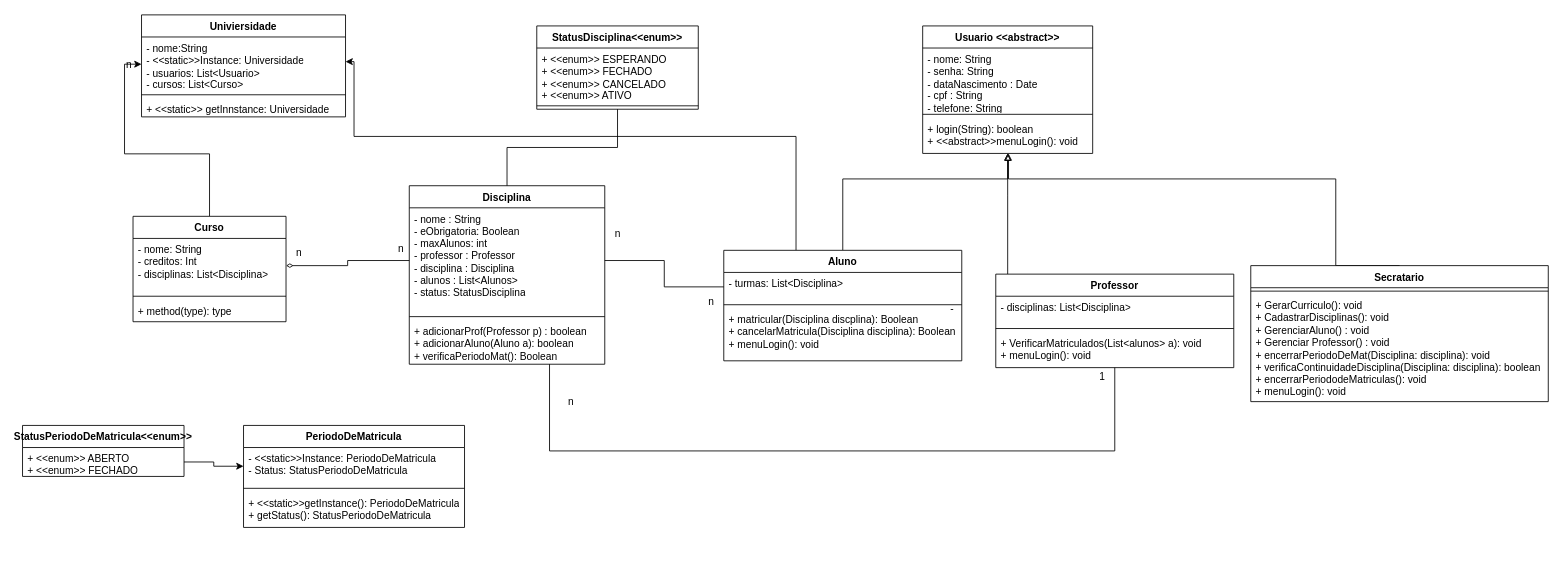
Before: projeto/diagramas/DiagramaDeClasses.drawio in LDS-G5/Projeto-1, a draw.io diagram. Source tidied: cells renumbered, new cells numbered last; positions are measured from the earlier drawing's top-left corner, leaving out a move shared by most shapes. Both pictures are drawn from the tidied source at 85%, with x=0, y=0 at pixel (22, 14).
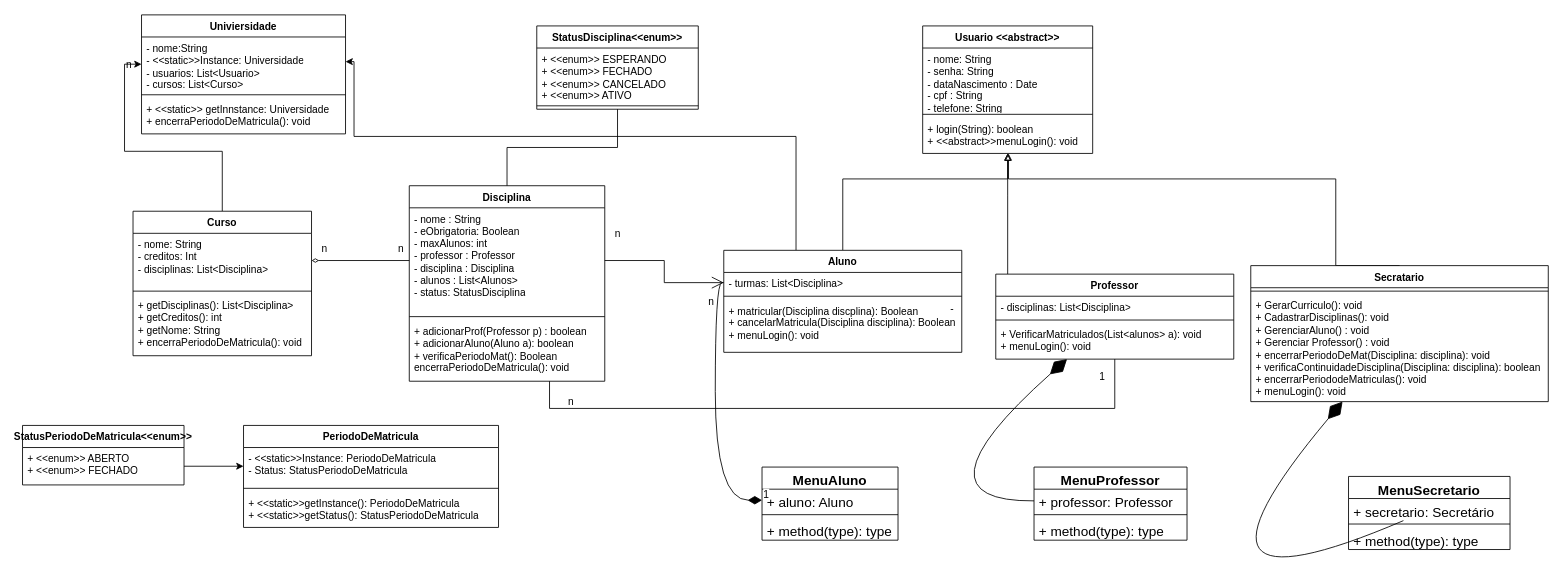
Above is the later version.

Commit message:
atualizado diagrama

The change refers to these unchanged cells:
```xml
<mxCell id="8" value="Secratario" style="swimlane;fontStyle=1;align=center;verticalAlign=top;horizontal=1;startSize=26;whiteSpace=wrap;html=1;" parent="1" vertex="1">
  <mxGeometry x="1445" y="295" width="350" height="160" as="geometry" />
</mxCell>
```

The edit, as a diff of the source:
```diff
@@
     <mxCell id="2" value="Disciplina" style="swimlane;fontStyle=1;align=center;verticalAlign=top;horizontal=1;startSize=26;whiteSpace=wrap;html=1;" parent="1" vertex="1">
-      <mxGeometry x="455" y="201" width="230" height="210" as="geometry" />
+      <mxGeometry x="455" y="201" width="230" height="230" as="geometry" />
     </mxCell>
@@
-    <mxCell id="5" value="+ adicionarProf(Professor p) : boolean&lt;br&gt;+ adicionarAluno(Aluno a): boolean&lt;br&gt;+ verificaPeriodoMat(): Boolean" style="text;strokeColor=none;fillColor=none;align=left;verticalAlign=top;spacingLeft=4;spacingRight=4;overflow=hidden;points=[[0,0.5],[1,0.5]];portConstraint=eastwest;whiteSpace=wrap;html=1;" parent="2" vertex="1">
-      <mxGeometry y="158" width="230" height="52" as="geometry" />
+    <mxCell id="5" value="+ adicionarProf(Professor p) : boolean&lt;br&gt;+ adicionarAluno(Aluno a): boolean&lt;br&gt;+ verificaPeriodoMat(): Boolean&lt;br&gt;encerraPeriodoDeMatricula(): void" style="text;strokeColor=none;fillColor=none;align=left;verticalAlign=top;spacingLeft=4;spacingRight=4;overflow=hidden;points=[[0,0.5],[1,0.5]];portConstraint=eastwest;whiteSpace=wrap;html=1;" parent="2" vertex="1">
+      <mxGeometry y="158" width="230" height="72" as="geometry" />
     </mxCell>
@@
     <mxCell id="20" style="edgeStyle=orthogonalEdgeStyle;rounded=0;jettySize=auto;html=1;endArrow=none;endFill=0;" parent="1" edge="1" source="21" target="5">
       <mxGeometry relative="1" as="geometry">
         <Array as="points">
-          <mxPoint x="1285" y="513" />
-          <mxPoint x="620" y="513" />
+          <mxPoint x="1285" y="463" />
+          <mxPoint x="620" y="463" />
         </Array>
       </mxGeometry>
     </mxCell>
     <mxCell id="21" value="Professor" style="swimlane;fontStyle=1;align=center;verticalAlign=top;horizontal=1;startSize=26;whiteSpace=wrap;html=1;" parent="1" vertex="1">
-      <mxGeometry x="1145" y="305" width="280" height="110" as="geometry" />
+      <mxGeometry x="1145" y="305" width="280" height="100" as="geometry" />
     </mxCell>
     <mxCell id="22" value="- disciplinas: List&amp;lt;Disciplina&amp;gt;" style="text;strokeColor=none;fillColor=none;align=left;verticalAlign=top;spacingLeft=4;spacingRight=4;overflow=hidden;whiteSpace=wrap;html=1;" parent="21" vertex="1">
-      <mxGeometry y="26" width="280" height="34" as="geometry" />
+      <mxGeometry y="26" width="280" height="24" as="geometry" />
     </mxCell>
     <mxCell id="23" style="line;strokeWidth=1;fillColor=none;align=left;verticalAlign=middle;spacingTop=-1;spacingLeft=3;spacingRight=3;labelPosition=right;strokeColor=inherit;" parent="21" vertex="1">
-      <mxGeometry y="60" width="280" height="8" as="geometry" />
+      <mxGeometry y="50" width="280" height="8" as="geometry" />
     </mxCell>
     <mxCell id="24" value="+ VerificarMatriculados(List&amp;lt;alunos&amp;gt; a): void&lt;br&gt;+ menuLogin(): void" style="text;strokeColor=none;fillColor=none;align=left;verticalAlign=top;spacingLeft=4;spacingRight=4;overflow=hidden;whiteSpace=wrap;html=1;" parent="21" vertex="1">
-      <mxGeometry y="68" width="280" height="42" as="geometry" />
+      <mxGeometry y="58" width="280" height="42" as="geometry" />
     </mxCell>
@@
     <mxCell id="27" value="Aluno" style="swimlane;fontStyle=1;align=center;verticalAlign=top;horizontal=1;startSize=26;whiteSpace=wrap;html=1;" parent="1" vertex="1">
-      <mxGeometry x="825" y="277" width="280" height="130" as="geometry" />
+      <mxGeometry x="825" y="277" width="280" height="120" as="geometry" />
     </mxCell>
     <mxCell id="28" value="- turmas: List&amp;lt;Disciplina&amp;gt;" style="text;strokeColor=none;fillColor=none;align=left;verticalAlign=top;spacingLeft=4;spacingRight=4;overflow=hidden;points=[[0,0.5],[1,0.5]];portConstraint=eastwest;whiteSpace=wrap;html=1;" parent="27" vertex="1">
-      <mxGeometry y="26" width="280" height="34" as="geometry" />
+      <mxGeometry y="26" width="280" height="24" as="geometry" />
     </mxCell>
     <mxCell id="29" style="line;strokeWidth=1;fillColor=none;align=left;verticalAlign=middle;spacingTop=-1;spacingLeft=3;spacingRight=3;labelPosition=right;strokeColor=inherit;" parent="27" vertex="1">
-      <mxGeometry y="60" width="280" height="8" as="geometry" />
+      <mxGeometry y="50" width="280" height="8" as="geometry" />
     </mxCell>
     <mxCell id="30" value="+ matricular(Disciplina discplina): Boolean&lt;br&gt;+ cancelarMatricula(Disciplina disciplina): Boolean&lt;br&gt;+ menuLogin(): void" style="text;strokeColor=none;fillColor=none;align=left;verticalAlign=top;spacingLeft=4;spacingRight=4;overflow=hidden;whiteSpace=wrap;html=1;" parent="27" vertex="1">
-      <mxGeometry y="68" width="280" height="62" as="geometry" />
+      <mxGeometry y="58" width="280" height="62" as="geometry" />
     </mxCell>
@@
     <mxCell id="32" value="n" style="text;html=1;align=center;verticalAlign=middle;strokeColor=none;fillColor=none;" parent="1" vertex="1">
-      <mxGeometry x="310" y="265" width="30" height="30" as="geometry" />
+      <mxGeometry x="340" y="261" width="30" height="30" as="geometry" />
     </mxCell>
@@
     <mxCell id="40" value="StatusPeriodoDeMatricula&amp;lt;&amp;lt;enum&amp;gt;&amp;gt;" style="swimlane;fontStyle=1;align=center;verticalAlign=top;horizontal=1;startSize=26;whiteSpace=wrap;html=1;" parent="1" vertex="1">
-      <mxGeometry y="483" width="190" height="60" as="geometry" />
+      <mxGeometry y="483" width="190" height="70" as="geometry" />
     </mxCell>
     <mxCell id="41" value="+ &amp;lt;&amp;lt;enum&amp;gt;&amp;gt; ABERTO&lt;br&gt;+ &amp;lt;&amp;lt;enum&amp;gt;&amp;gt; FECHADO&lt;br&gt;" style="text;strokeColor=none;fillColor=none;align=left;verticalAlign=top;spacingLeft=4;spacingRight=4;overflow=hidden;points=[[0,0.5],[1,0.5]];portConstraint=eastwest;whiteSpace=wrap;html=1;" parent="40" vertex="1">
-      <mxGeometry y="26" width="190" height="34" as="geometry" />
+      <mxGeometry y="26" width="190" height="44" as="geometry" />
     </mxCell>
     <mxCell id="42" value="PeriodoDeMatricula" style="swimlane;fontStyle=1;align=center;verticalAlign=top;horizontal=1;startSize=26;whiteSpace=wrap;html=1;" parent="1" vertex="1">
-      <mxGeometry x="260" y="483" width="260" height="120" as="geometry" />
+      <mxGeometry x="260" y="483" width="300" height="120" as="geometry" />
     </mxCell>
     <mxCell id="43" value="- &amp;lt;&amp;lt;static&amp;gt;&amp;gt;Instance: PeriodoDeMatricula&lt;br&gt;- Status: StatusPeriodoDeMatricula" style="text;strokeColor=none;fillColor=none;align=left;verticalAlign=top;spacingLeft=4;spacingRight=4;overflow=hidden;points=[[0,0.5],[1,0.5]];portConstraint=eastwest;whiteSpace=wrap;html=1;" parent="42" vertex="1">
-      <mxGeometry y="26" width="260" height="44" as="geometry" />
+      <mxGeometry y="26" width="300" height="44" as="geometry" />
     </mxCell>
     <mxCell id="44" style="line;strokeWidth=1;fillColor=none;align=left;verticalAlign=middle;spacingTop=-1;spacingLeft=3;spacingRight=3;labelPosition=right;strokeColor=inherit;" parent="42" vertex="1">
-      <mxGeometry y="70" width="260" height="8" as="geometry" />
+      <mxGeometry y="70" width="300" height="8" as="geometry" />
     </mxCell>
-    <mxCell id="45" value="+ &amp;lt;&amp;lt;static&amp;gt;&amp;gt;getInstance(): PeriodoDeMatricula&lt;br&gt;+ getStatus(): StatusPeriodoDeMatricula" style="text;strokeColor=none;fillColor=none;align=left;verticalAlign=top;spacingLeft=4;spacingRight=4;overflow=hidden;whiteSpace=wrap;html=1;" parent="42" vertex="1">
-      <mxGeometry y="78" width="260" height="42" as="geometry" />
+    <mxCell id="45" value="+ &amp;lt;&amp;lt;static&amp;gt;&amp;gt;getInstance(): PeriodoDeMatricula&lt;br&gt;+ &amp;lt;&amp;lt;static&amp;gt;&amp;gt;getStatus(): StatusPeriodoDeMatricula" style="text;strokeColor=none;fillColor=none;align=left;verticalAlign=top;spacingLeft=4;spacingRight=4;overflow=hidden;whiteSpace=wrap;html=1;" parent="42" vertex="1">
+      <mxGeometry y="78" width="300" height="42" as="geometry" />
     </mxCell>
@@
     <mxCell id="47" value="Univiersidade" style="swimlane;fontStyle=1;align=center;verticalAlign=top;horizontal=1;startSize=26;whiteSpace=wrap;html=1;" parent="1" vertex="1">
-      <mxGeometry x="140" width="240" height="120" as="geometry" />
+      <mxGeometry x="140" width="240" height="140" as="geometry" />
     </mxCell>
@@
-    <mxCell id="50" value="+ &amp;lt;&amp;lt;static&amp;gt;&amp;gt; getInnstance: Universidade" style="text;strokeColor=none;fillColor=none;align=left;verticalAlign=top;spacingLeft=4;spacingRight=4;overflow=hidden;whiteSpace=wrap;html=1;" parent="47" vertex="1">
-      <mxGeometry y="98" width="240" height="22" as="geometry" />
+    <mxCell id="50" value="+ &amp;lt;&amp;lt;static&amp;gt;&amp;gt; getInnstance: Universidade&lt;br&gt;+ encerraPeriodoDeMatricula(): void" style="text;strokeColor=none;fillColor=none;align=left;verticalAlign=top;spacingLeft=4;spacingRight=4;overflow=hidden;whiteSpace=wrap;html=1;" parent="47" vertex="1">
+      <mxGeometry y="98" width="240" height="42" as="geometry" />
     </mxCell>
@@
     <mxCell id="52" value="Curso" style="swimlane;fontStyle=1;align=center;verticalAlign=top;horizontal=1;startSize=26;whiteSpace=wrap;html=1;" parent="1" vertex="1">
-      <mxGeometry x="130" y="237" width="180" height="124" as="geometry" />
+      <mxGeometry x="130" y="231" width="210" height="170" as="geometry" />
     </mxCell>
     <mxCell id="53" value="- nome: String&lt;br&gt;- creditos: Int&lt;br&gt;- disciplinas: List&amp;lt;Disciplina&amp;gt;" style="text;strokeColor=none;fillColor=none;align=left;verticalAlign=top;spacingLeft=4;spacingRight=4;overflow=hidden;points=[[0,0.5],[1,0.5]];portConstraint=eastwest;whiteSpace=wrap;html=1;" parent="52" vertex="1">
-      <mxGeometry y="26" width="180" height="64" as="geometry" />
+      <mxGeometry y="26" width="210" height="64" as="geometry" />
     </mxCell>
     <mxCell id="54" style="line;strokeWidth=1;fillColor=none;align=left;verticalAlign=middle;spacingTop=-1;spacingLeft=3;spacingRight=3;labelPosition=right;strokeColor=inherit;" parent="52" vertex="1">
-      <mxGeometry y="90" width="180" height="8" as="geometry" />
+      <mxGeometry y="90" width="210" height="8" as="geometry" />
     </mxCell>
-    <mxCell id="55" value="+ method(type): type" style="text;strokeColor=none;fillColor=none;align=left;verticalAlign=top;spacingLeft=4;spacingRight=4;overflow=hidden;whiteSpace=wrap;html=1;" parent="52" vertex="1">
-      <mxGeometry y="98" width="180" height="26" as="geometry" />
+    <mxCell id="55" value="+ getDisciplinas(): List&amp;lt;Disciplina&amp;gt;&lt;br&gt;+ getCreditos(): int&lt;br&gt;+ getNome: String&lt;br&gt;+ encerraPeriodoDeMatricula(): void" style="text;strokeColor=none;fillColor=none;align=left;verticalAlign=top;spacingLeft=4;spacingRight=4;overflow=hidden;whiteSpace=wrap;html=1;" parent="52" vertex="1">
+      <mxGeometry y="98" width="210" height="72" as="geometry" />
     </mxCell>
+    <mxCell id="56" value="MenuAluno" style="swimlane;fontStyle=1;align=center;verticalAlign=top;horizontal=1;startSize=26;whiteSpace=wrap;html=1;fontSize=16;" parent="1" vertex="1">
+      <mxGeometry x="870" y="532" width="160" height="86" as="geometry" />
+    </mxCell>
+    <mxCell id="57" value="+ aluno: Aluno" style="text;strokeColor=none;fillColor=none;align=left;verticalAlign=top;spacingLeft=4;spacingRight=4;overflow=hidden;points=[[0,0.5],[1,0.5]];portConstraint=eastwest;whiteSpace=wrap;html=1;fontSize=16;" parent="56" vertex="1">
+      <mxGeometry y="26" width="160" height="26" as="geometry" />
+    </mxCell>
+    <mxCell id="58" style="line;strokeWidth=1;fillColor=none;align=left;verticalAlign=middle;spacingTop=-1;spacingLeft=3;spacingRight=3;labelPosition=right;strokeColor=inherit;fontSize=16;" parent="56" vertex="1">
+      <mxGeometry y="52" width="160" height="8" as="geometry" />
+    </mxCell>
+    <mxCell id="59" value="+ method(type): type" style="text;strokeColor=none;fillColor=none;align=left;verticalAlign=top;spacingLeft=4;spacingRight=4;overflow=hidden;whiteSpace=wrap;html=1;fontSize=16;" parent="56" vertex="1">
+      <mxGeometry y="60" width="160" height="26" as="geometry" />
+    </mxCell>
+    <mxCell id="60" value="MenuSecretario" style="swimlane;fontStyle=1;align=center;verticalAlign=top;horizontal=1;startSize=26;whiteSpace=wrap;html=1;fontSize=16;" parent="1" vertex="1">
+      <mxGeometry x="1560" y="543" width="190" height="86" as="geometry" />
+    </mxCell>
+    <mxCell id="61" value="+ secretario: Secretário" style="text;strokeColor=none;fillColor=none;align=left;verticalAlign=top;spacingLeft=4;spacingRight=4;overflow=hidden;points=[[0,0.5],[1,0.5]];portConstraint=eastwest;whiteSpace=wrap;html=1;fontSize=16;" parent="60" vertex="1">
+      <mxGeometry y="26" width="190" height="26" as="geometry" />
+    </mxCell>
+    <mxCell id="62" style="line;strokeWidth=1;fillColor=none;align=left;verticalAlign=middle;spacingTop=-1;spacingLeft=3;spacingRight=3;labelPosition=right;strokeColor=inherit;fontSize=16;" parent="60" vertex="1">
+      <mxGeometry y="52" width="190" height="8" as="geometry" />
+    </mxCell>
+    <mxCell id="63" value="+ method(type): type" style="text;strokeColor=none;fillColor=none;align=left;verticalAlign=top;spacingLeft=4;spacingRight=4;overflow=hidden;whiteSpace=wrap;html=1;fontSize=16;" parent="60" vertex="1">
+      <mxGeometry y="60" width="190" height="26" as="geometry" />
+    </mxCell>
+    <mxCell id="64" value="MenuProfessor" style="swimlane;fontStyle=1;align=center;verticalAlign=top;horizontal=1;startSize=26;whiteSpace=wrap;html=1;fontSize=16;" parent="1" vertex="1">
+      <mxGeometry x="1190" y="532" width="180" height="86" as="geometry" />
+    </mxCell>
+    <mxCell id="65" value="+ professor: Professor" style="text;strokeColor=none;fillColor=none;align=left;verticalAlign=top;spacingLeft=4;spacingRight=4;overflow=hidden;points=[[0,0.5],[1,0.5]];portConstraint=eastwest;whiteSpace=wrap;html=1;fontSize=16;" parent="64" vertex="1">
+      <mxGeometry y="26" width="180" height="26" as="geometry" />
+    </mxCell>
+    <mxCell id="66" style="line;strokeWidth=1;fillColor=none;align=left;verticalAlign=middle;spacingTop=-1;spacingLeft=3;spacingRight=3;labelPosition=right;strokeColor=inherit;fontSize=16;" parent="64" vertex="1">
+      <mxGeometry y="52" width="180" height="8" as="geometry" />
+    </mxCell>
+    <mxCell id="67" value="+ method(type): type" style="text;strokeColor=none;fillColor=none;align=left;verticalAlign=top;spacingLeft=4;spacingRight=4;overflow=hidden;whiteSpace=wrap;html=1;fontSize=16;" parent="64" vertex="1">
+      <mxGeometry y="60" width="180" height="26" as="geometry" />
+    </mxCell>
+    <mxCell id="68" value="1" style="endArrow=open;html=1;endSize=12;startArrow=diamondThin;startSize=14;startFill=1;edgeStyle=orthogonalEdgeStyle;align=left;verticalAlign=bottom;rounded=0;fontSize=12;curved=1;" parent="1" edge="1" source="57" target="28">
+      <mxGeometry x="-1" y="3" relative="1" as="geometry">
+        <Array as="points">
+          <mxPoint x="815" y="571" />
+          <mxPoint x="815" y="315" />
+        </Array>
+      </mxGeometry>
+    </mxCell>
+    <mxCell id="69" style="endArrow=diamondThin;endFill=1;endSize=24;html=1;rounded=0;fontSize=12;curved=1;" parent="1" edge="1" source="65" target="21">
+      <mxGeometry relative="1" as="geometry">
+        <Array as="points">
+          <mxPoint x="1040" y="573" />
+        </Array>
+      </mxGeometry>
+    </mxCell>
+    <mxCell id="70" style="endArrow=diamondThin;endFill=1;endSize=24;html=1;rounded=0;fontSize=12;curved=1;" parent="1" edge="1" source="61" target="8">
+      <mxGeometry relative="1" as="geometry">
+        <Array as="points">
+          <mxPoint x="1330" y="721" />
+        </Array>
+      </mxGeometry>
+    </mxCell>
```
